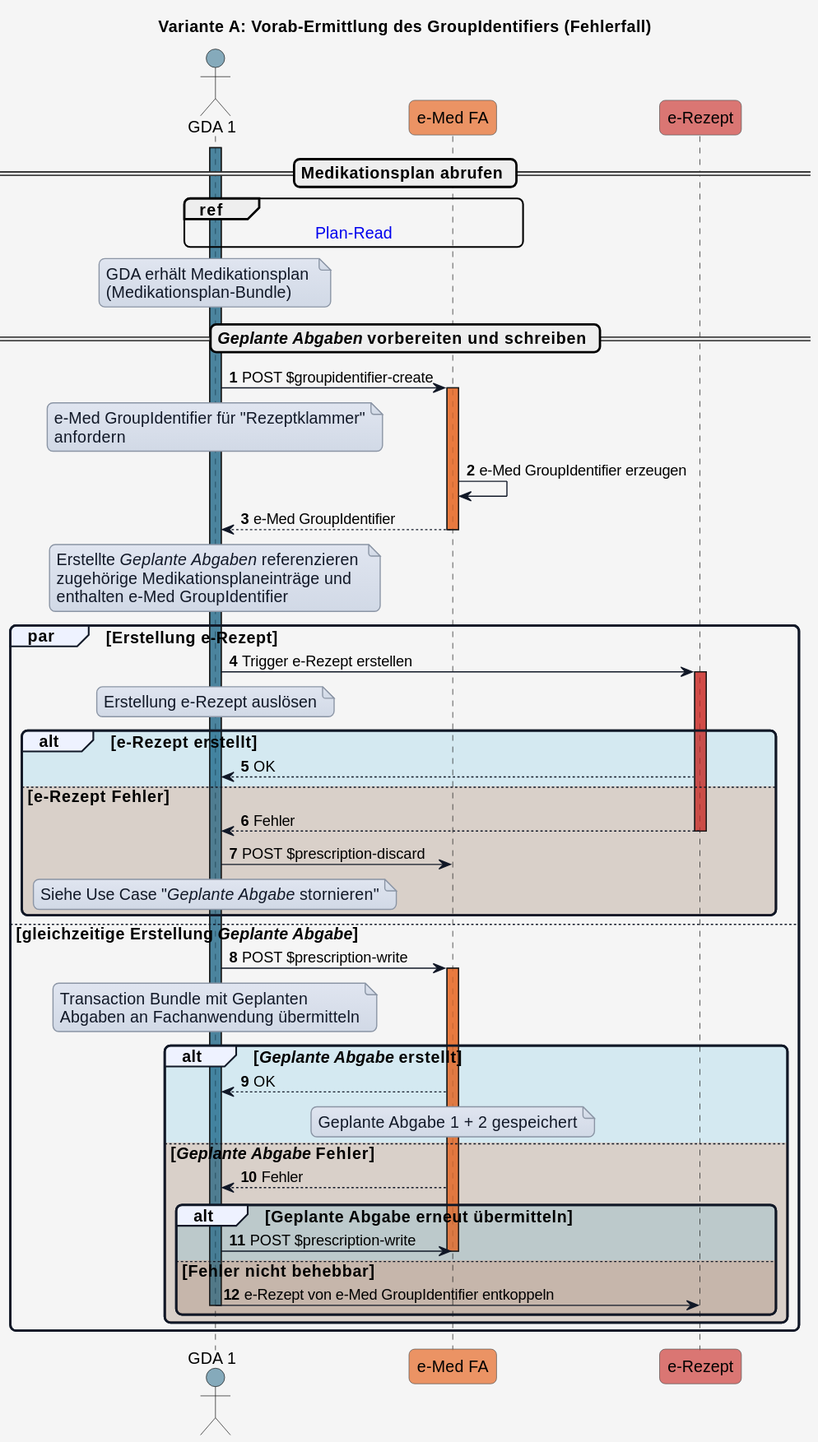
This is input/images/plantuml/UC_eMed_04_01_a_fehler.svg from HL7Austria/ELGA-e-Medikation-R4, a PlantUML export, as it was before one commit. Source of this version:
```plantuml
@startuml
title Variante A: Vorab-Ermittlung des GroupIdentifiers (Fehlerfall)


skinparam borderColor #000000
skinparam backgroundColor #f5f5f5
skinparam shadowing false
skinparam roundCorner 10
skinparam defaultFontName "Arial"
skinparam defaultFontSize 14
skinparam defaultFontColor #000000
skinparam HyperlinkColor #0000EE
skinparam HyperlinkUnderline false
skinparam BoxPadding 20
skinparam BoxBorderColor #555555

skinparam note {
  BackgroundColor #e0e5f0-#d1d9e6
  BorderColor #8b95a5
  BorderThickness 1
  RoundCorner 0
  Padding 6
  FontColor #111827
  Shadowing false
}

skinparam sequence {
  ParticipantBorderColor #555555
  ParticipantBackgroundColor #ffffff
  ParticipantFontColor #000000
  ParticipantFontSize 14
  ParticipantPadding 20
  ArrowColor #111827
  ArrowThickness 1
  ArrowFontColor #000000
  ArrowFontSize 13
  GroupBorderColor #111827
  GroupBackgroundColor #eef2ff
  GroupBorderThickness 2
}

!define COLOR_GDA_1    #15608280
!define COLOR_GDA_2    #96607D80
!define COLOR_PATIENT  #196B2480
!define COLOR_APO      #0F9ED590
!define COLOR_EMED_FA  #e97232bd
!define COLOR_E_REZEPT #cd3732a9

!define COLOR_OK       #0F9ED525
!define COLOR_ERROR    #E9713235


actor GDA_1 as "GDA 1" COLOR_GDA_1
participant eMed_FA as "e-Med FA" COLOR_EMED_FA
participant e_Rezept as "e-Rezept" COLOR_E_REZEPT

autonumber

== Medikationsplan abrufen ==

activate GDA_1 COLOR_GDA_1
ref over GDA_1, eMed_FA : [[interactions.html#sequenzdiagramm-plan-read Plan-Read]]

note over GDA_1
GDA erhält Medikationsplan
(Medikationsplan-Bundle)
end note

== <i>Geplante Abgaben</i> vorbereiten und schreiben ==

GDA_1 -> eMed_FA: POST $groupidentifier-create​

note over GDA_1
e-Med GroupIdentifier für "Rezeptklammer"
anfordern
end note

activate eMed_FA COLOR_EMED_FA
eMed_FA -> eMed_FA: e-Med GroupIdentifier erzeugen
eMed_FA --> GDA_1: e-Med GroupIdentifier
deactivate eMed_FA

note over GDA_1
Erstellte <i>Geplante Abgaben</i> referenzieren
zugehörige Medikationsplaneinträge und
enthalten e-Med GroupIdentifier
end note

par Erstellung e-Rezept

  GDA_1 -> e_Rezept: Trigger e-Rezept erstellen
  activate e_Rezept COLOR_E_REZEPT
  note over GDA_1
  Erstellung e-Rezept auslösen
  end note

  alt COLOR_OK e-Rezept erstellt
    e_Rezept --> GDA_1: OK

  else COLOR_ERROR e-Rezept Fehler
    e_Rezept --> GDA_1: Fehler
    deactivate e_Rezept
    GDA_1 -> eMed_FA: POST $prescription-discard​

    note over GDA_1
    Siehe Use Case "<i>Geplante Abgabe</i> stornieren"
    end note
  end

else gleichzeitige Erstellung <i>Geplante Abgabe</i>

  GDA_1 -> eMed_FA: POST $prescription-write
  activate eMed_FA COLOR_EMED_FA
  note over GDA_1
  Transaction Bundle mit Geplanten
  Abgaben an Fachanwendung übermitteln
  end note

  alt COLOR_OK <i>Geplante Abgabe</i> erstellt
    eMed_FA --> GDA_1: OK

    note over eMed_FA
      Geplante Abgabe 1 + 2 gespeichert
    end note

  else COLOR_ERROR <i>Geplante Abgabe</i> Fehler
    eMed_FA --> GDA_1: Fehler

    alt COLOR_OK Geplante Abgabe erneut übermitteln
      GDA_1 -> eMed_FA: POST $prescription-write

    else COLOR_ERROR Fehler nicht behebbar
      deactivate eMed_FA
      GDA_1 -> e_Rezept: e-Rezept von e-Med GroupIdentifier entkoppeln
      deactivate GDA_1

    end
  end
end
@enduml
```
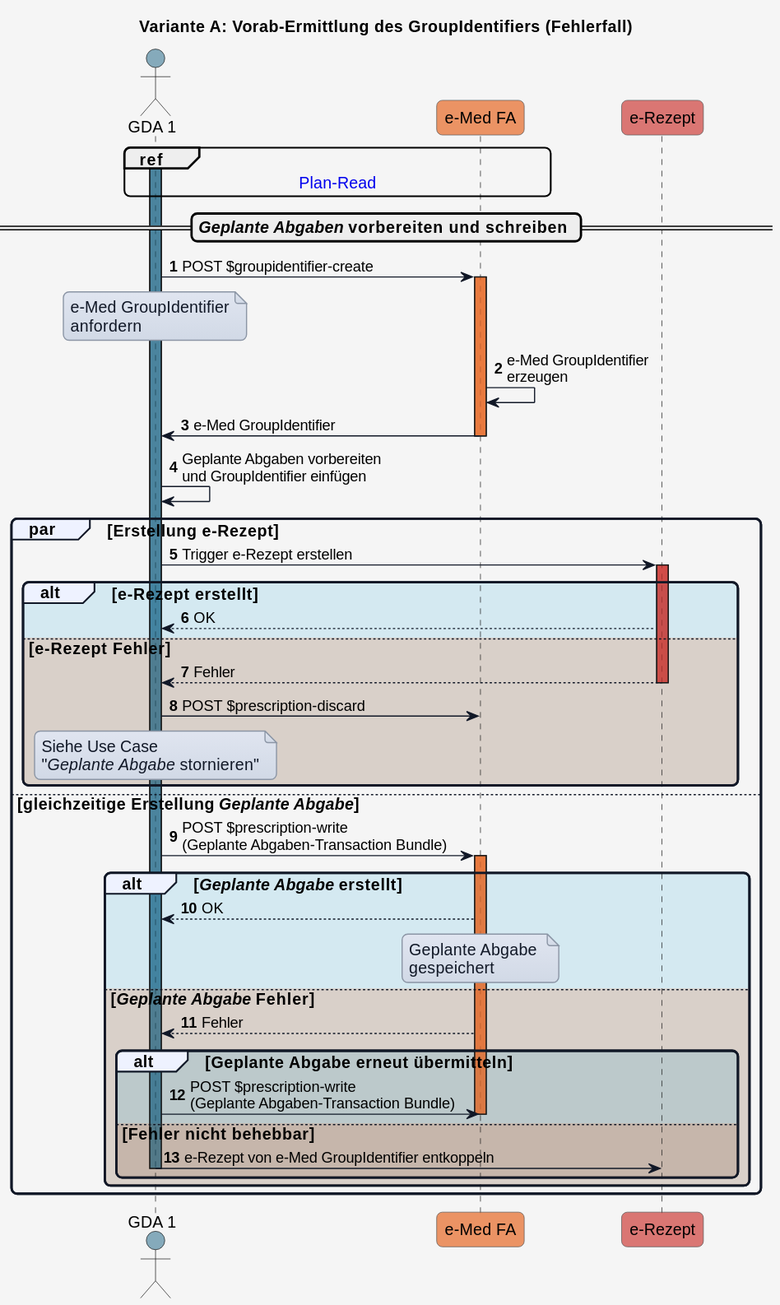
After the change.

Change to the diagram source:
```diff
@@ -56,43 +56,30 @@
 
 autonumber
 
-== Medikationsplan abrufen ==
-
 activate GDA_1 COLOR_GDA_1
 ref over GDA_1, eMed_FA : [[interactions.html#sequenzdiagramm-plan-read Plan-Read]]
-
-note over GDA_1
-GDA erhält Medikationsplan
-(Medikationsplan-Bundle)
-end note
 
 == <i>Geplante Abgaben</i> vorbereiten und schreiben ==
 
 GDA_1 -> eMed_FA: POST $groupidentifier-create​
 
 note over GDA_1
-e-Med GroupIdentifier für "Rezeptklammer"
+e-Med GroupIdentifier
 anfordern
 end note
 
 activate eMed_FA COLOR_EMED_FA
-eMed_FA -> eMed_FA: e-Med GroupIdentifier erzeugen
-eMed_FA --> GDA_1: e-Med GroupIdentifier
+eMed_FA -> eMed_FA: e-Med GroupIdentifier\nerzeugen
+eMed_FA -> GDA_1: e-Med GroupIdentifier
 deactivate eMed_FA
 
-note over GDA_1
-Erstellte <i>Geplante Abgaben</i> referenzieren
-zugehörige Medikationsplaneinträge und
-enthalten e-Med GroupIdentifier
-end note
+GDA_1 -> GDA_1: Geplante Abgaben vorbereiten\nund GroupIdentifier einfügen
+
 
 par Erstellung e-Rezept
 
   GDA_1 -> e_Rezept: Trigger e-Rezept erstellen
   activate e_Rezept COLOR_E_REZEPT
-  note over GDA_1
-  Erstellung e-Rezept auslösen
-  end note
 
   alt COLOR_OK e-Rezept erstellt
     e_Rezept --> GDA_1: OK
@@ -103,31 +90,30 @@
     GDA_1 -> eMed_FA: POST $prescription-discard​
 
     note over GDA_1
-    Siehe Use Case "<i>Geplante Abgabe</i> stornieren"
+    Siehe Use Case
+    "<i>Geplante Abgabe</i> stornieren"
     end note
   end
 
 else gleichzeitige Erstellung <i>Geplante Abgabe</i>
 
-  GDA_1 -> eMed_FA: POST $prescription-write
+  GDA_1 -> eMed_FA: POST $prescription-write\n(Geplante Abgaben-Transaction Bundle)
   activate eMed_FA COLOR_EMED_FA
-  note over GDA_1
-  Transaction Bundle mit Geplanten
-  Abgaben an Fachanwendung übermitteln
-  end note
 
   alt COLOR_OK <i>Geplante Abgabe</i> erstellt
     eMed_FA --> GDA_1: OK
 
     note over eMed_FA
-      Geplante Abgabe 1 + 2 gespeichert
+      Geplante Abgabe
+      gespeichert
     end note
 
   else COLOR_ERROR <i>Geplante Abgabe</i> Fehler
     eMed_FA --> GDA_1: Fehler
 
     alt COLOR_OK Geplante Abgabe erneut übermitteln
-      GDA_1 -> eMed_FA: POST $prescription-write
+      GDA_1 -> eMed_FA: POST $prescription-write\n(Geplante Abgaben-Transaction Bundle)
+      deactivate eMed_FA
 
     else COLOR_ERROR Fehler nicht behebbar
       deactivate eMed_FA
```
